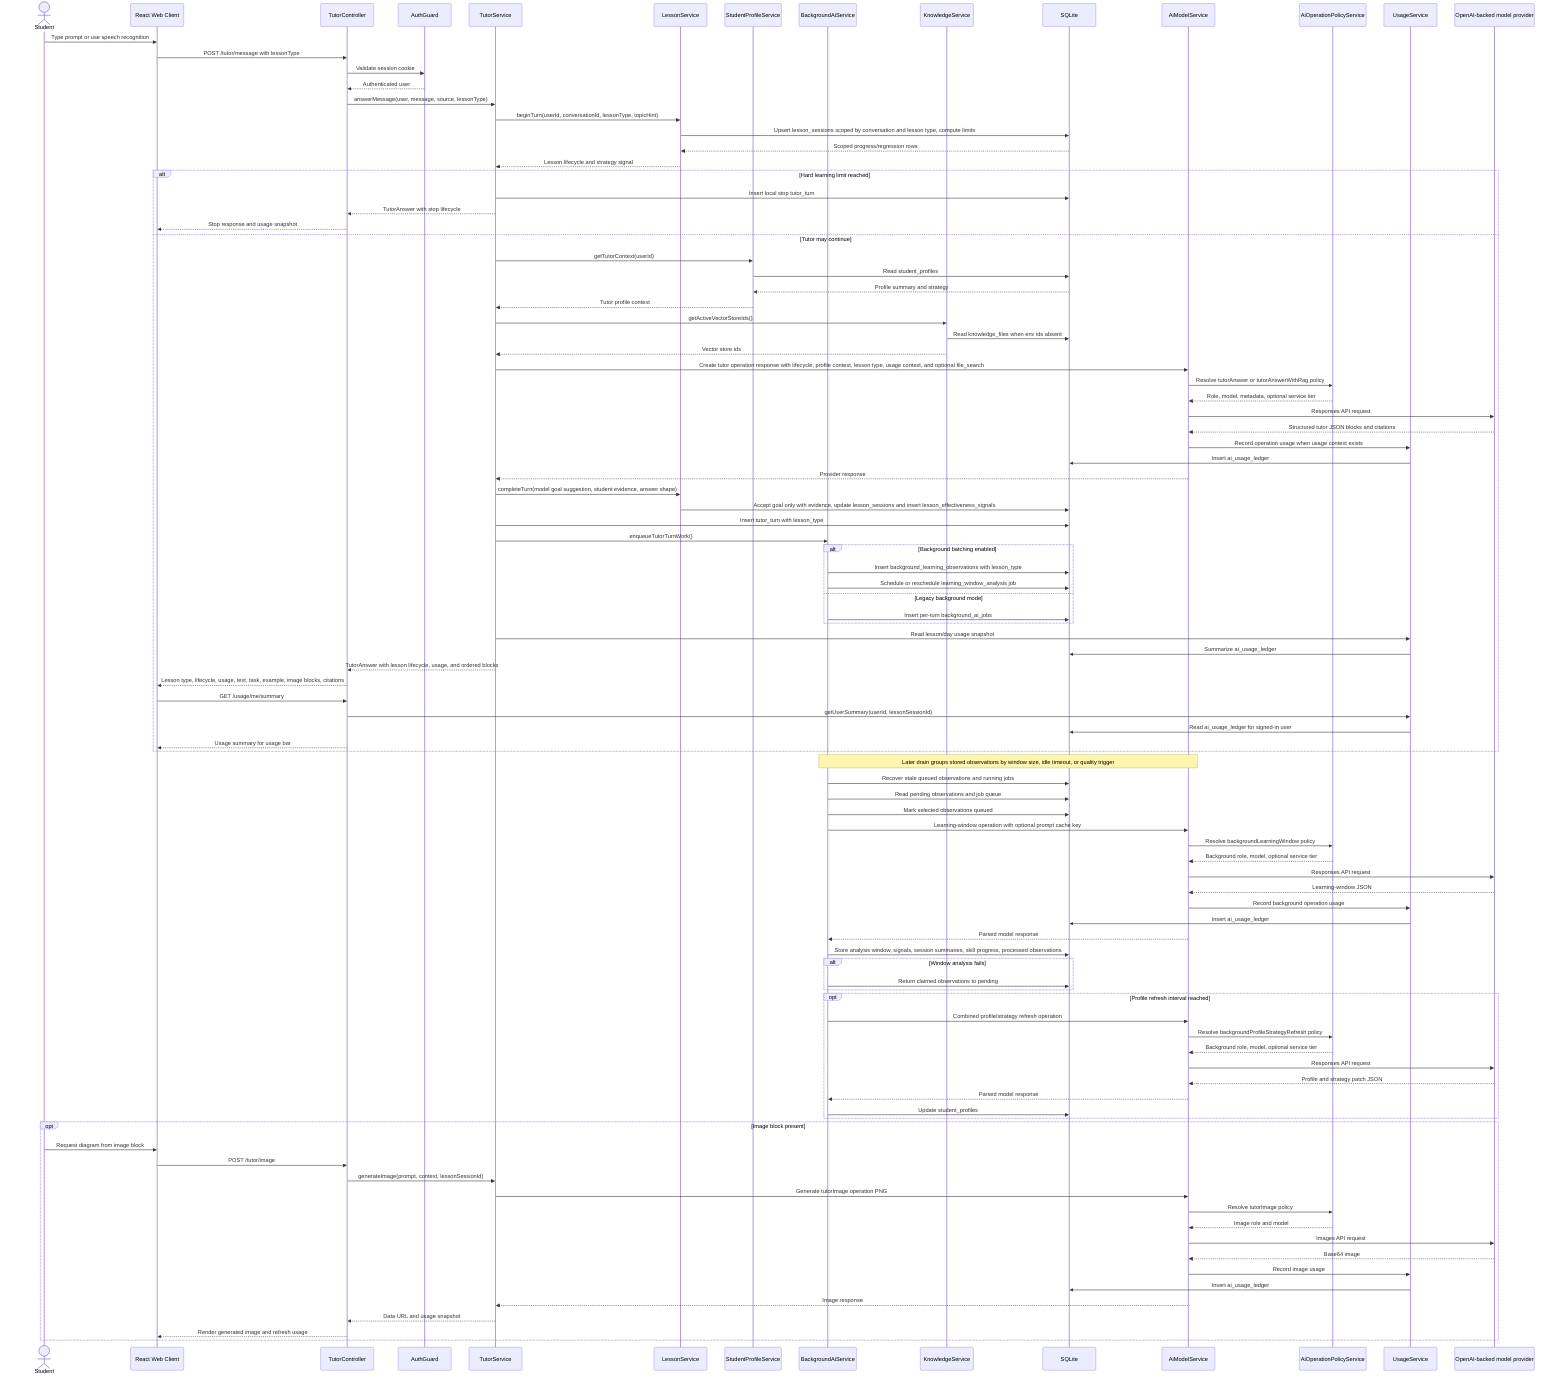
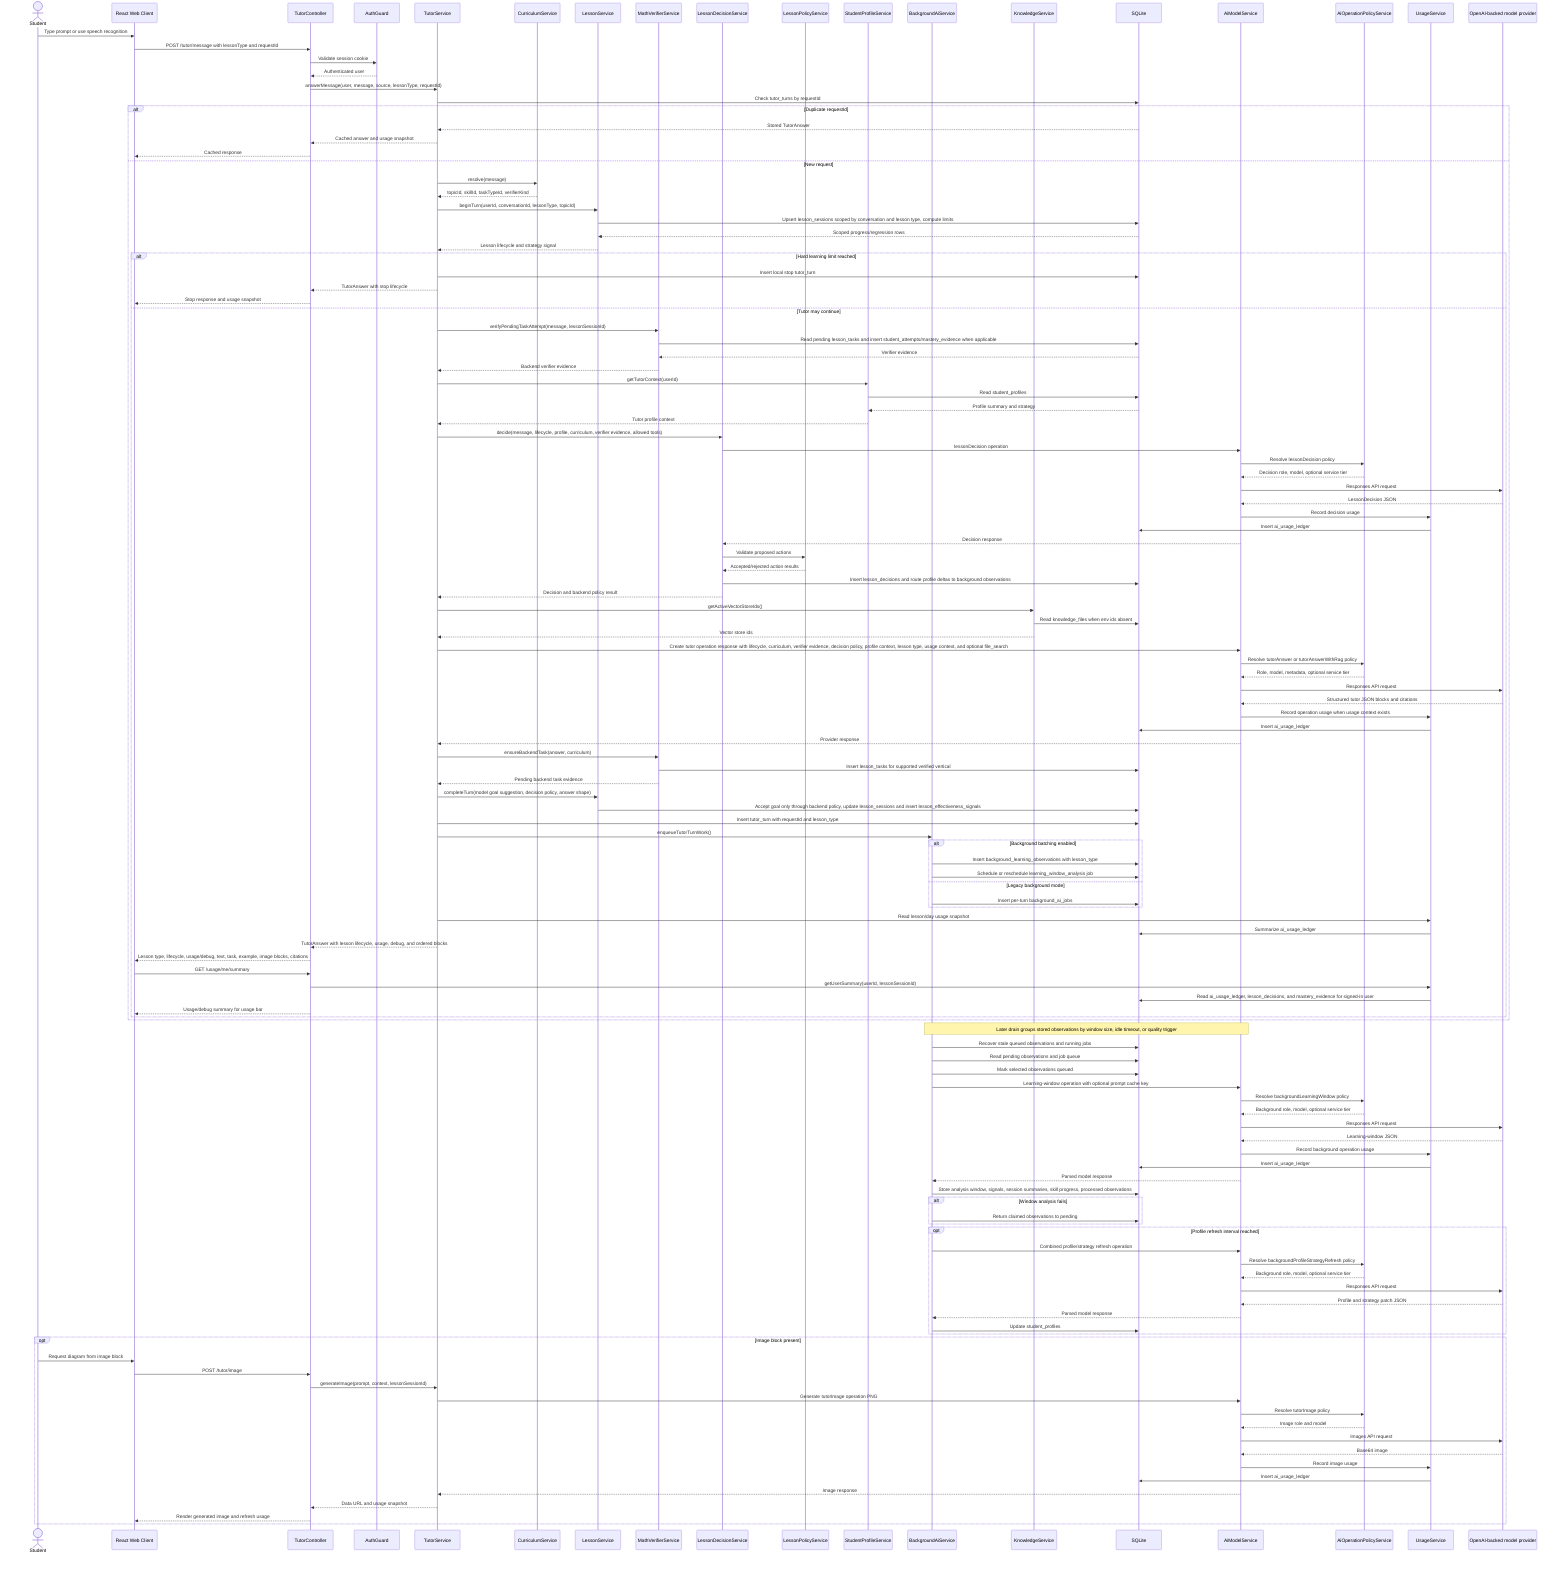
sequenceDiagram
  actor Student
  participant Web as React Web Client
  participant API as TutorController
  participant Auth as AuthGuard
  participant Tutor as TutorService
+   participant Curriculum as CurriculumService
  participant Lesson as LessonService
+   participant Verifier as MathVerifierService
+   participant Decision as LessonDecisionService
+   participant LessonPolicy as LessonPolicyService
  participant Profile as StudentProfileService
  participant Background as BackgroundAiService
  participant Knowledge as KnowledgeService
  participant DB as SQLite
  participant AIModel as AiModelService
  participant Policy as AiOperationPolicyService
  participant Usage as UsageService
  participant OpenAI as OpenAI-backed model provider

  Student->>Web: Type prompt or use speech recognition
-   Web->>API: POST /tutor/message with lessonType
+   Web->>API: POST /tutor/message with lessonType and requestId
  API->>Auth: Validate session cookie
  Auth-->>API: Authenticated user
-   API->>Tutor: answerMessage(user, message, source, lessonType)
-   Tutor->>Lesson: beginTurn(userId, conversationId, lessonType, topicHint)
+   API->>Tutor: answerMessage(user, message, source, lessonType, requestId)
+   Tutor->>DB: Check tutor_turns by requestId
+   alt Duplicate requestId
+     DB-->>Tutor: Stored TutorAnswer
+     Tutor-->>API: Cached answer and usage snapshot
+     API-->>Web: Cached response
+   else New request
+   Tutor->>Curriculum: resolve(message)
+   Curriculum-->>Tutor: topicId, skillId, taskTypeId, verifierKind
+   Tutor->>Lesson: beginTurn(userId, conversationId, lessonType, topicId)
  Lesson->>DB: Upsert lesson_sessions scoped by conversation and lesson type, compute limits
  DB-->>Lesson: Scoped progress/regression rows
  Lesson-->>Tutor: Lesson lifecycle and strategy signal
  alt Hard learning limit reached
    Tutor->>DB: Insert local stop tutor_turn
    Tutor-->>API: TutorAnswer with stop lifecycle
    API-->>Web: Stop response and usage snapshot
  else Tutor may continue
+   Tutor->>Verifier: verifyPendingTaskAttempt(message, lessonSessionId)
+   Verifier->>DB: Read pending lesson_tasks and insert student_attempts/mastery_evidence when applicable
+   DB-->>Verifier: Verifier evidence
+   Verifier-->>Tutor: Backend verifier evidence
  Tutor->>Profile: getTutorContext(userId)
  Profile->>DB: Read student_profiles
  DB-->>Profile: Profile summary and strategy
  Profile-->>Tutor: Tutor profile context
+   Tutor->>Decision: decide(message, lifecycle, profile, curriculum, verifier evidence, allowed tools)
+   Decision->>AIModel: lessonDecision operation
+   AIModel->>Policy: Resolve lessonDecision policy
+   Policy-->>AIModel: Decision role, model, optional service tier
+   AIModel->>OpenAI: Responses API request
+   OpenAI-->>AIModel: LessonDecision JSON
+   AIModel->>Usage: Record decision usage
+   Usage->>DB: Insert ai_usage_ledger
+   AIModel-->>Decision: Decision response
+   Decision->>LessonPolicy: Validate proposed actions
+   LessonPolicy-->>Decision: Accepted/rejected action results
+   Decision->>DB: Insert lesson_decisions and route profile deltas to background observations
+   Decision-->>Tutor: Decision and backend policy result
  Tutor->>Knowledge: getActiveVectorStoreIds()
  Knowledge->>DB: Read knowledge_files when env ids absent
  Knowledge-->>Tutor: Vector store ids
-   Tutor->>AIModel: Create tutor operation response with lifecycle, profile context, lesson type, usage context, and optional file_search
+   Tutor->>AIModel: Create tutor operation response with lifecycle, curriculum, verifier evidence, decision policy, profile context, lesson type, usage context, and optional file_search
  AIModel->>Policy: Resolve tutorAnswer or tutorAnswerWithRag policy
  Policy-->>AIModel: Role, model, metadata, optional service tier
  AIModel->>OpenAI: Responses API request
  OpenAI-->>AIModel: Structured tutor JSON blocks and citations
  AIModel->>Usage: Record operation usage when usage context exists
  Usage->>DB: Insert ai_usage_ledger
  AIModel-->>Tutor: Provider response
-   Tutor->>Lesson: completeTurn(model goal suggestion, student evidence, answer shape)
-   Lesson->>DB: Accept goal only with evidence, update lesson_sessions and insert lesson_effectiveness_signals
-   Tutor->>DB: Insert tutor_turn with lesson_type
+   Tutor->>Verifier: ensureBackendTask(answer, curriculum)
+   Verifier->>DB: Insert lesson_tasks for supported verified vertical
+   Verifier-->>Tutor: Pending backend task evidence
+   Tutor->>Lesson: completeTurn(model goal suggestion, decision policy, answer shape)
+   Lesson->>DB: Accept goal only through backend policy, update lesson_sessions and insert lesson_effectiveness_signals
+   Tutor->>DB: Insert tutor_turn with requestId and lesson_type
  Tutor->>Background: enqueueTutorTurnWork()
  alt Background batching enabled
    Background->>DB: Insert background_learning_observations with lesson_type
    Background->>DB: Schedule or reschedule learning_window_analysis job
  else Legacy background mode
    Background->>DB: Insert per-turn background_ai_jobs
  end
  Tutor->>Usage: Read lesson/day usage snapshot
  Usage->>DB: Summarize ai_usage_ledger
-   Tutor-->>API: TutorAnswer with lesson lifecycle, usage, and ordered blocks
-   API-->>Web: Lesson type, lifecycle, usage, text, task, example, image blocks, citations
+   Tutor-->>API: TutorAnswer with lesson lifecycle, usage, debug, and ordered blocks
+   API-->>Web: Lesson type, lifecycle, usage/debug, text, task, example, image blocks, citations
  Web->>API: GET /usage/me/summary
  API->>Usage: getUserSummary(userId, lessonSessionId)
-   Usage->>DB: Read ai_usage_ledger for signed-in user
-   API-->>Web: Usage summary for usage bar
+   Usage->>DB: Read ai_usage_ledger, lesson_decisions, and mastery_evidence for signed-in user
+   API-->>Web: Usage/debug summary for usage bar
+   end
  end
  Note over Background,AIModel: Later drain groups stored observations by window size, idle timeout, or quality trigger
  Background->>DB: Recover stale queued observations and running jobs
  Background->>DB: Read pending observations and job queue
  Background->>DB: Mark selected observations queued
  Background->>AIModel: Learning-window operation with optional prompt cache key
  AIModel->>Policy: Resolve backgroundLearningWindow policy
  Policy-->>AIModel: Background role, model, optional service tier
  AIModel->>OpenAI: Responses API request
  OpenAI-->>AIModel: Learning-window JSON
  AIModel->>Usage: Record background operation usage
  Usage->>DB: Insert ai_usage_ledger
  AIModel-->>Background: Parsed model response
  Background->>DB: Store analysis window, signals, session summaries, skill progress, processed observations
  alt Window analysis fails
    Background->>DB: Return claimed observations to pending
  end
  opt Profile refresh interval reached
    Background->>AIModel: Combined profile/strategy refresh operation
    AIModel->>Policy: Resolve backgroundProfileStrategyRefresh policy
    Policy-->>AIModel: Background role, model, optional service tier
    AIModel->>OpenAI: Responses API request
    OpenAI-->>AIModel: Profile and strategy patch JSON
    AIModel-->>Background: Parsed model response
    Background->>DB: Update student_profiles
  end
  opt Image block present
    Student->>Web: Request diagram from image block
    Web->>API: POST /tutor/image
    API->>Tutor: generateImage(prompt, context, lessonSessionId)
    Tutor->>AIModel: Generate tutorImage operation PNG
    AIModel->>Policy: Resolve tutorImage policy
    Policy-->>AIModel: Image role and model
    AIModel->>OpenAI: Images API request
    OpenAI-->>AIModel: Base64 image
    AIModel->>Usage: Record image usage
    Usage->>DB: Insert ai_usage_ledger
    AIModel-->>Tutor: Image response
    Tutor-->>API: Data URL and usage snapshot
    API-->>Web: Render generated image and refresh usage
  end
